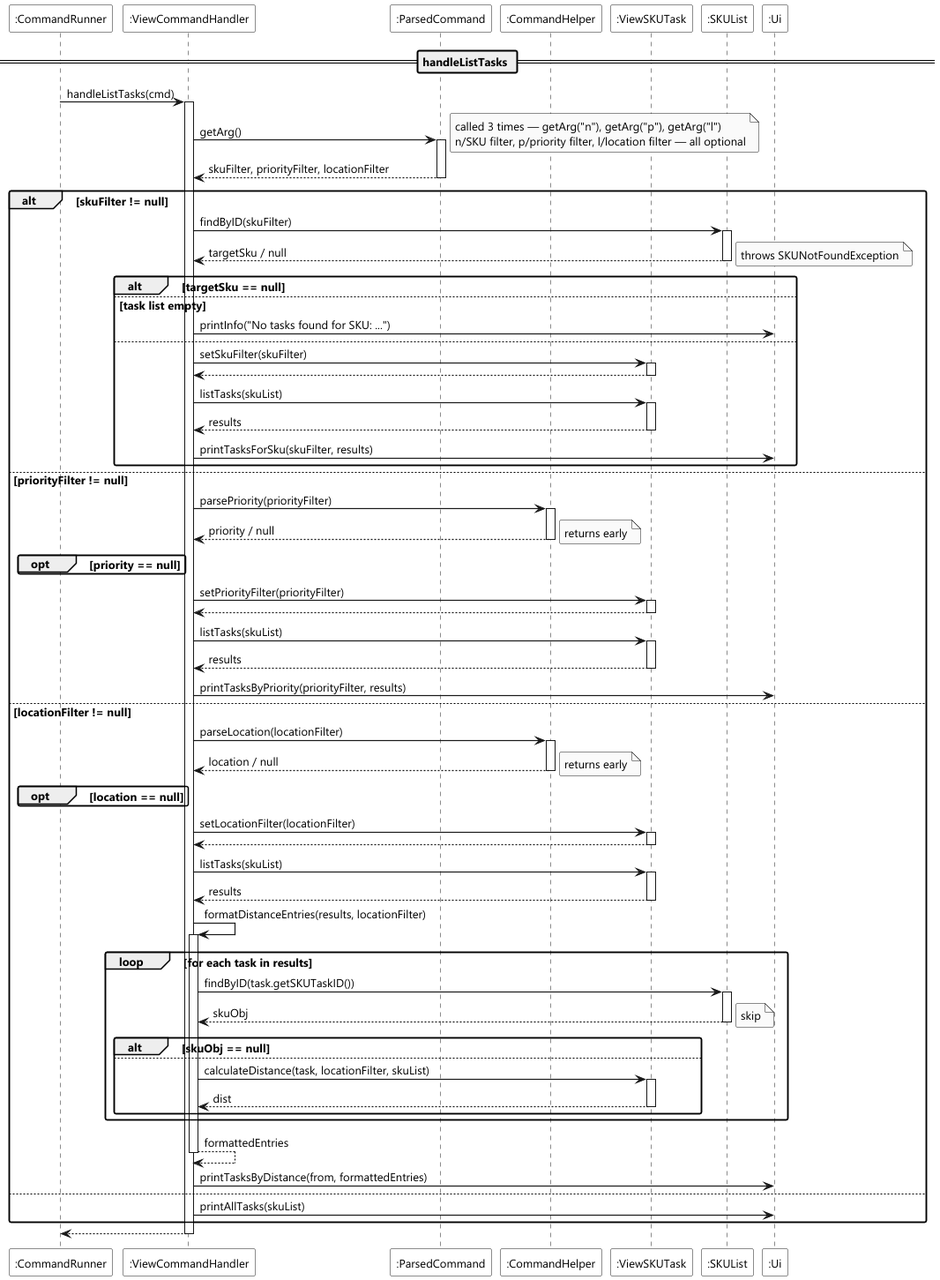
Above: docs/diagrams/command/listtasks-sequence.png in heehaw1234/tp (PlantUML), before the change.
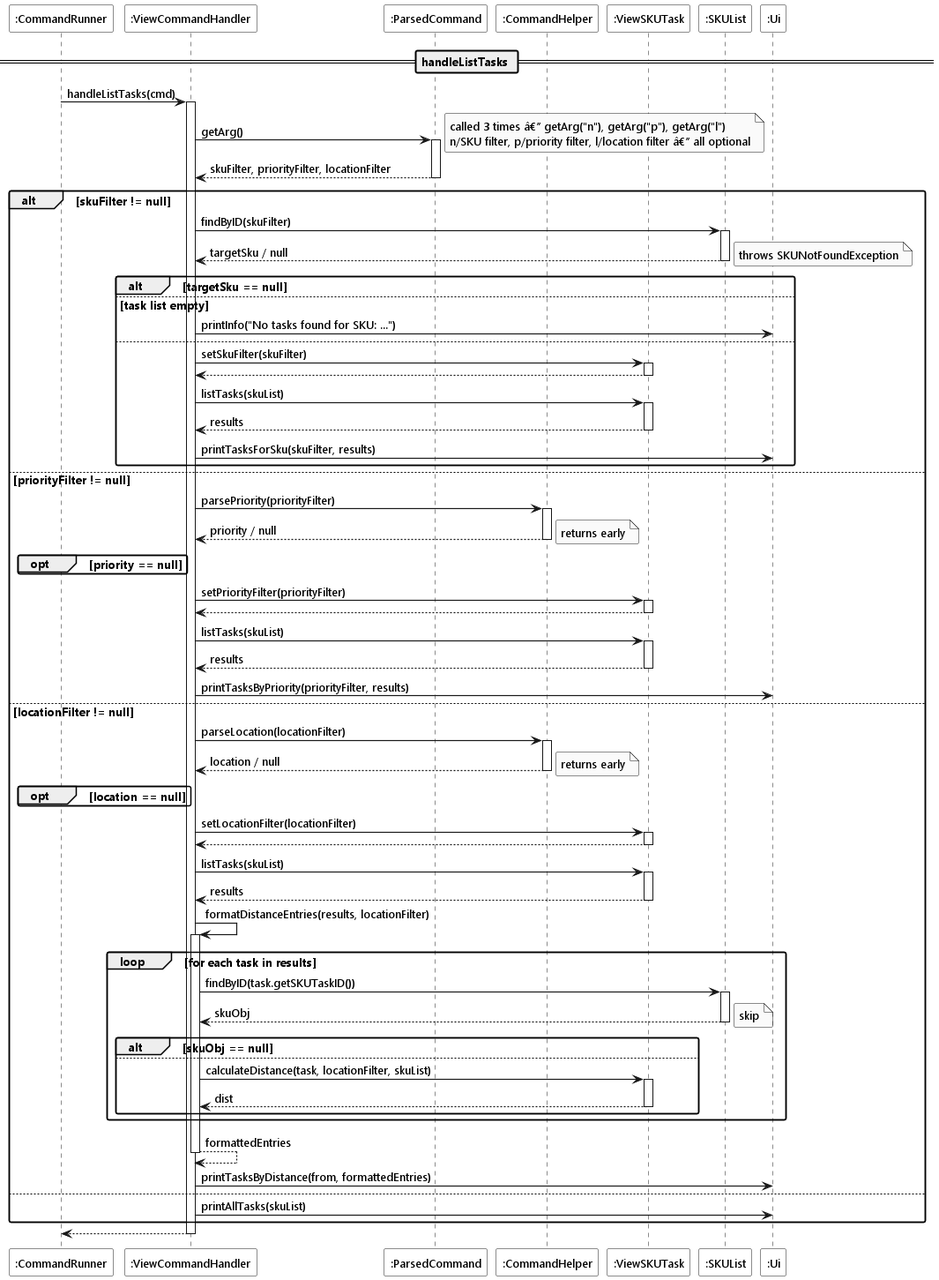
The same diagram one commit later.

What changed in the source:
```diff
@@ -14,7 +14,7 @@
 runner -> handler ++ : handleListTasks(cmd)
 
 handler -> cmd ++ : getArg()
-note right : called 3 times — getArg("n"), getArg("p"), getArg("l")\nn/SKU filter, p/priority filter, l/location filter — all optional
+note right : called 3 times â€” getArg("n"), getArg("p"), getArg("l")\nn/SKU filter, p/priority filter, l/location filter â€” all optional
 return skuFilter, priorityFilter, locationFilter
 
 alt skuFilter != null
```
